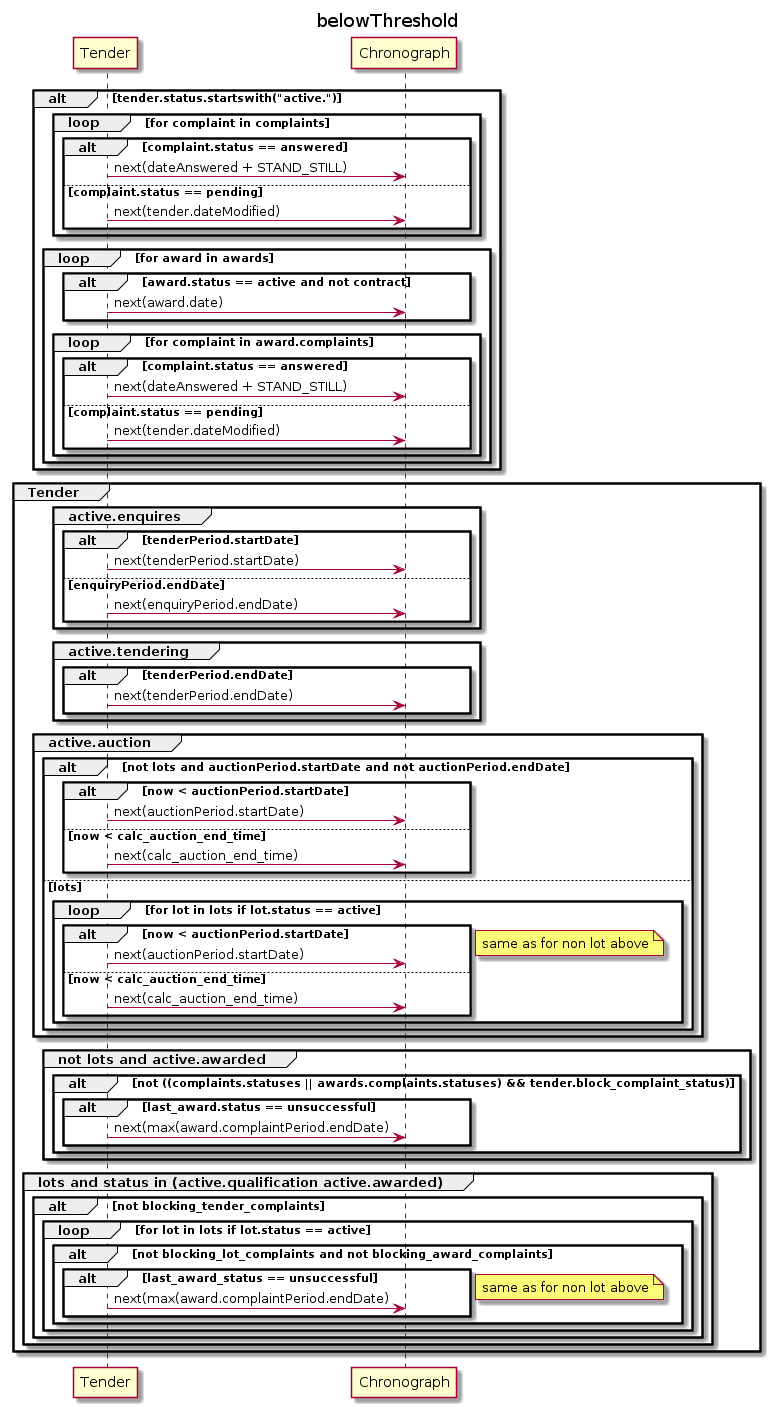
The PlantUML diagram docs/diagrams/chronograph/next_check_below_threshold.png in ProzorroUKR/openprocurement.api, before a commit.
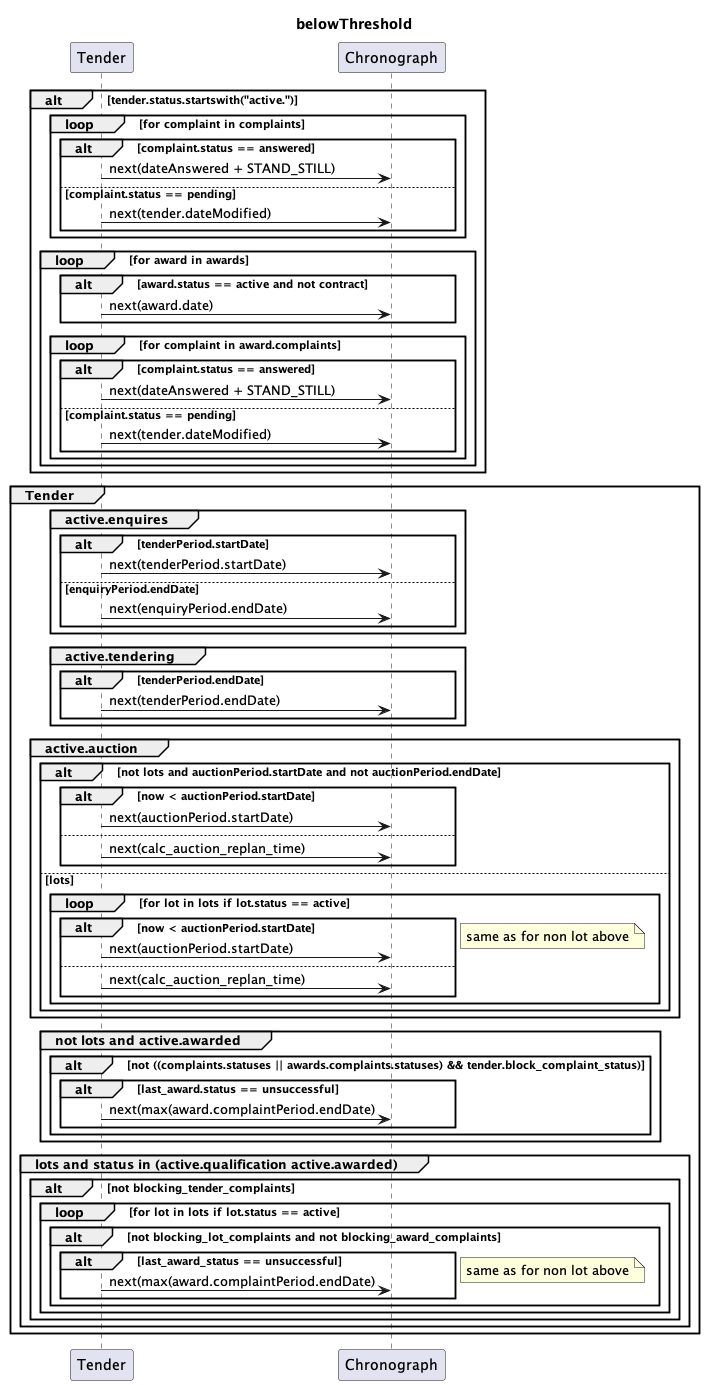
After the change.

Diff of the diagram source:
```diff
@@ -1,4 +1,5 @@
 @startuml
+
 title belowThreshold
 
 alt tender.status.startswith("active.")
@@ -44,15 +45,15 @@
         alt not lots and auctionPeriod.startDate and not auctionPeriod.endDate
             alt now < auctionPeriod.startDate
                 Tender -> Chronograph: next(auctionPeriod.startDate)
-            else now < calc_auction_end_time
-                Tender -> Chronograph: next(calc_auction_end_time)
+            else
+                Tender -> Chronograph: next(calc_auction_replan_time)
             end
         else lots
             loop for lot in lots if lot.status == active
                 alt now < auctionPeriod.startDate
                     Tender -> Chronograph: next(auctionPeriod.startDate)
-                else now < calc_auction_end_time
-                    Tender -> Chronograph: next(calc_auction_end_time)
+                else
+                    Tender -> Chronograph: next(calc_auction_replan_time)
                 end
                 note left: same as for non lot above
             end
@@ -78,4 +79,5 @@
         end
     end
 end
+
 @enduml
```
